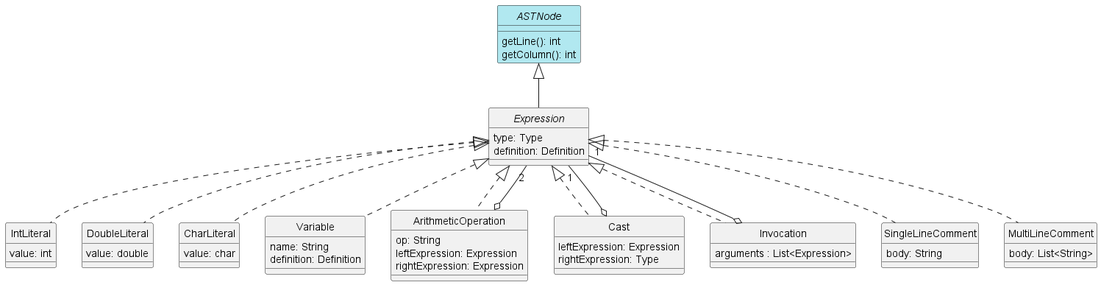
Before: docs/diagrams/Expressions.png, a diagram exported from PlantUML (alvesit0/DLP-Compiler). Its diagram source:
```plantuml
@startuml Expressions
skinparam style strictuml
skinparam monochrome false

interface ASTNode #b1e8f0 {
    getLine(): int
    getColumn(): int
}

interface Expression {
    type: Type
    definition: Definition
}

class IntLiteral {
    value: int
}

class DoubleLiteral {
    value: double
}

class CharLiteral {
    value: char
}

class Variable {
    name: String
    definition: Definition
}

class ArithmeticOperation {
    op: String
    leftExpression: Expression
    rightExpression: Expression
}

class Cast {
    leftExpression: Expression
    rightExpression: Type
}

class Invocation {
    arguments : List<Expression>
}

class SingleLineComment {
    body: String
}

class MultiLineComment {
    body: List<String>
}

ASTNode <|-- Expression
Expression <|.. IntLiteral
Expression <|.. DoubleLiteral
Expression <|.. CharLiteral
Expression <|.. Variable
Expression <|.. ArithmeticOperation
Expression <|.. Cast
Expression <|.. Invocation
Expression <|.. SingleLineComment
Expression <|.. MultiLineComment

ArithmeticOperation o--"2" Expression
Cast o--"1" Expression
Invocation o--"1" Expression

@enduml
```
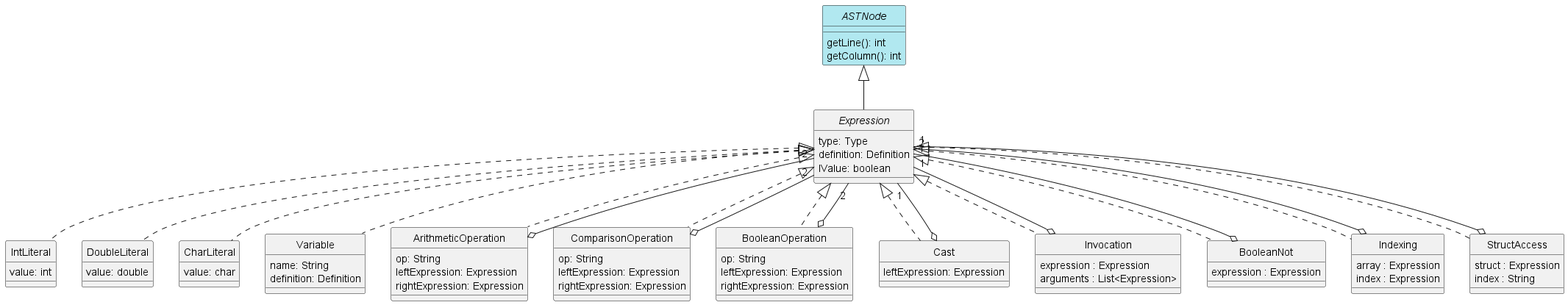
Above is the later version.

The edit, as a diff of the source:
```diff
@@ -10,6 +10,7 @@
 interface Expression {
     type: Type
     definition: Definition
+    lValue: boolean
 }
 
 class IntLiteral {
@@ -35,21 +36,39 @@
     rightExpression: Expression
 }
 
+class ComparisonOperation {
+    op: String
+    leftExpression: Expression
+    rightExpression: Expression
+}
+
+class BooleanOperation {
+    op: String
+    leftExpression: Expression
+    rightExpression: Expression
+}
+
 class Cast {
     leftExpression: Expression
-    rightExpression: Type
 }
 
 class Invocation {
+    expression : Expression
     arguments : List<Expression>
 }
 
-class SingleLineComment {
-    body: String
+class BooleanNot {
+    expression : Expression
 }
 
-class MultiLineComment {
-    body: List<String>
+class Indexing {
+    array : Expression
+    index : Expression
+}
+
+class StructAccess {
+    struct : Expression
+    index : String
 }
 
 ASTNode <|-- Expression
@@ -58,13 +77,21 @@
 Expression <|.. CharLiteral
 Expression <|.. Variable
 Expression <|.. ArithmeticOperation
+Expression <|.. ComparisonOperation
+Expression <|.. BooleanOperation
 Expression <|.. Cast
 Expression <|.. Invocation
-Expression <|.. SingleLineComment
-Expression <|.. MultiLineComment
+Expression <|.. BooleanNot
+Expression <|.. Indexing
+Expression <|.. StructAccess
 
 ArithmeticOperation o--"2" Expression
+BooleanOperation o--"2" Expression
+ComparisonOperation o--"2" Expression
 Cast o--"1" Expression
 Invocation o--"1" Expression
+BooleanNot o--"1" Expression
+Indexing o--"2" Expression
+StructAccess o--"1" Expression
 
 @enduml
```
